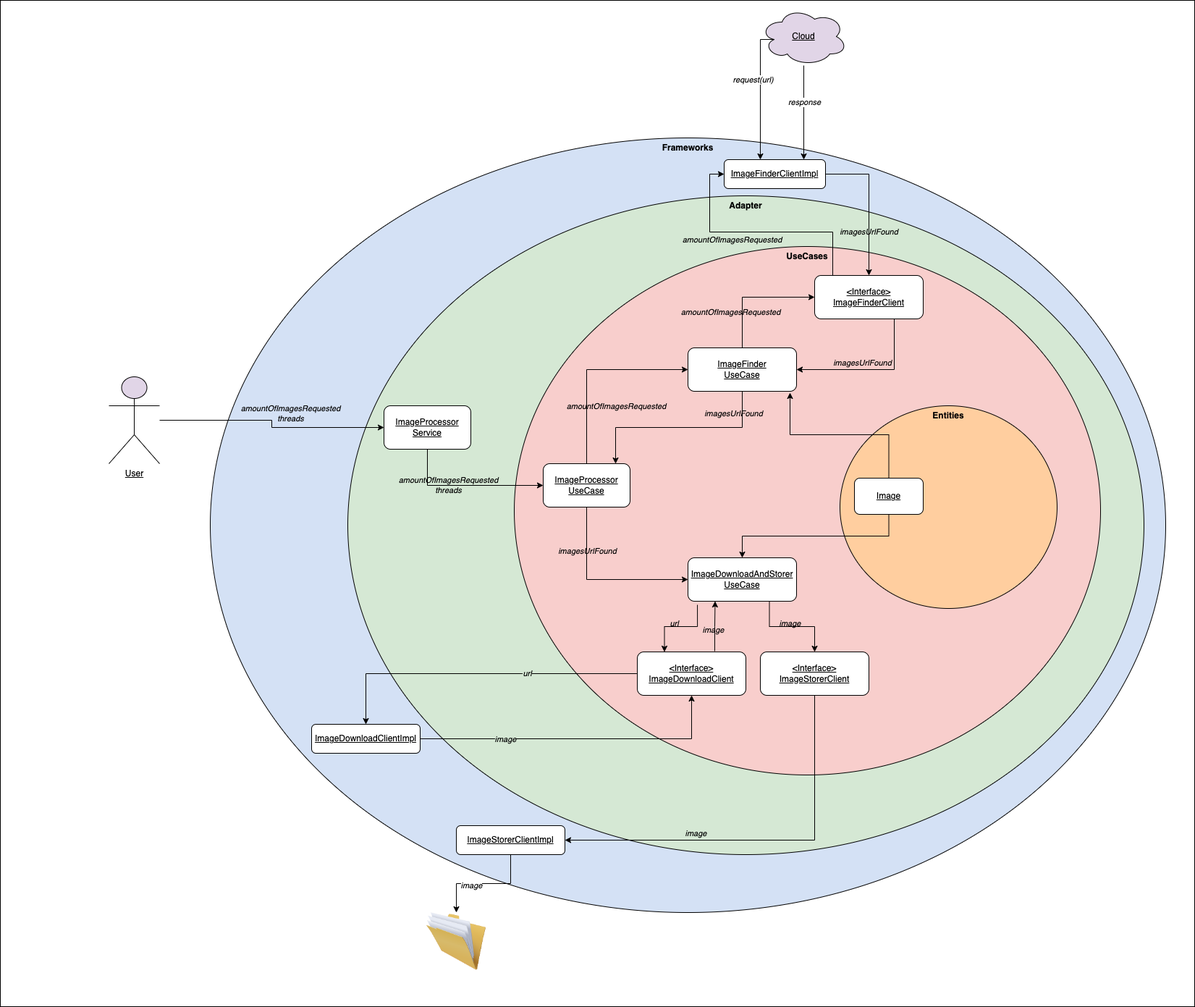
Above: static/Proper_Diagram.png in rodrinoblega/proper_images_processor (draw.io), before the change. Source tidied: cells renumbered, new cells last; positions are measured from the earlier drawing's top-left corner, leaving out a move shared by most shapes.
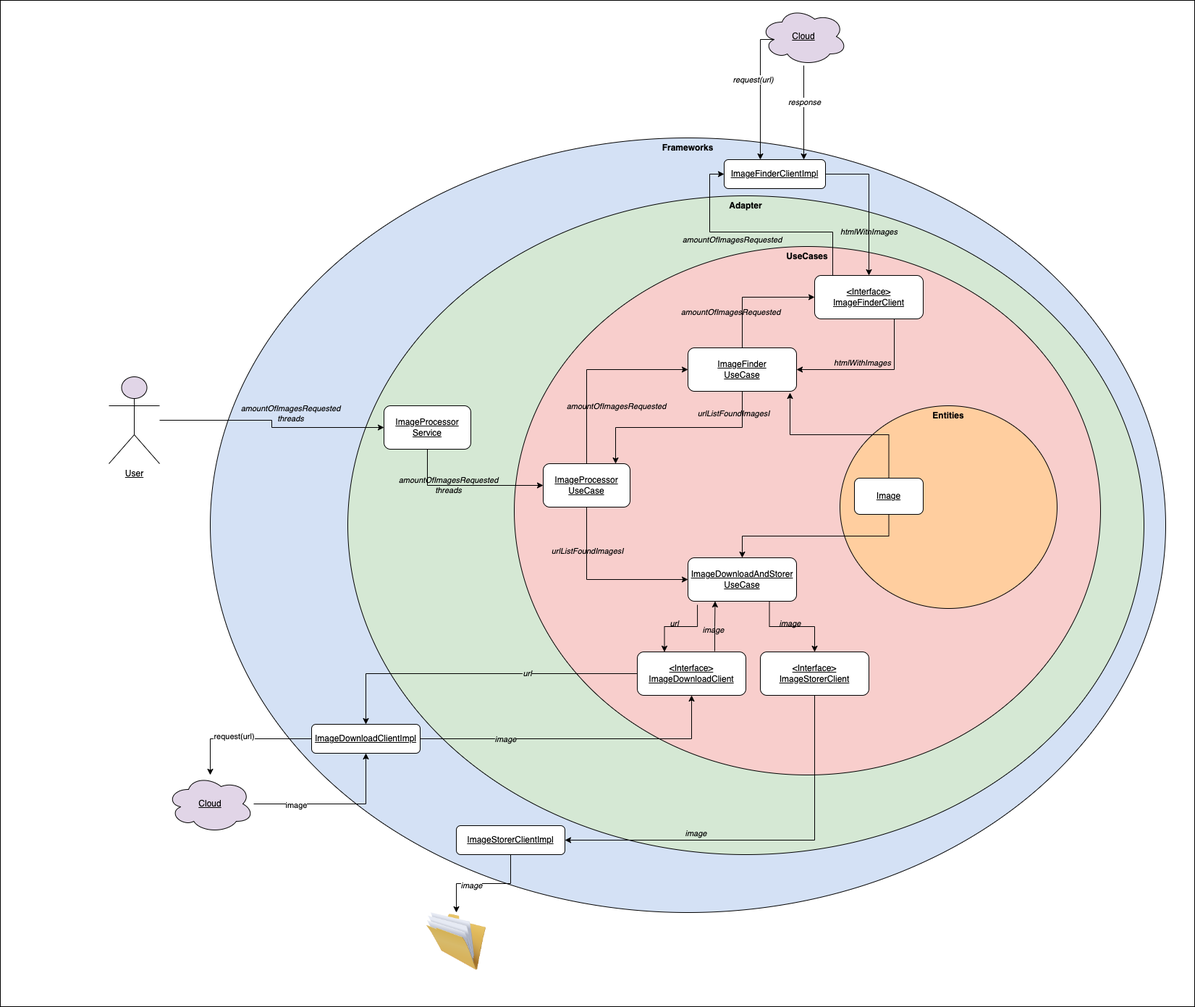
After the commit.

Change to the diagram source:
```diff
@@ -41,7 +41,7 @@
     <mxCell id="12" style="edgeStyle=orthogonalEdgeStyle;rounded=0;jettySize=auto;html=1;entryX=0;entryY=0.5;entryDx=0;entryDy=0;exitX=0.5;exitY=1;exitDx=0;exitDy=0;" parent="1" edge="1" source="14" target="19">
       <mxGeometry relative="1" as="geometry" />
     </mxCell>
-    <mxCell id="13" value="&lt;i&gt;imagesUrlFound&lt;/i&gt;" style="edgeLabel;html=1;align=center;verticalAlign=middle;labelBackgroundColor=none;" parent="12" vertex="1">
+    <mxCell id="13" value="&lt;i&gt;urlListFoundImagesI&lt;/i&gt;" style="edgeLabel;html=1;align=center;verticalAlign=middle;labelBackgroundColor=none;" parent="12" vertex="1">
       <mxGeometry x="-0.38" y="3" relative="1" as="geometry">
         <mxPoint x="-3" y="-15" as="offset" />
       </mxGeometry>
@@ -85,7 +85,7 @@
         </Array>
       </mxGeometry>
     </mxCell>
-    <mxCell id="23" value="&lt;i&gt;imagesUrlFound&lt;/i&gt;" style="edgeLabel;html=1;align=center;verticalAlign=middle;labelBackgroundColor=none;" parent="22" vertex="1">
+    <mxCell id="23" value="&lt;i&gt;urlListFoundImagesI&lt;/i&gt;" style="edgeLabel;html=1;align=center;verticalAlign=middle;labelBackgroundColor=none;" parent="22" vertex="1">
       <mxGeometry x="-0.3" y="-1" relative="1" as="geometry">
         <mxPoint x="34" y="-19" as="offset" />
       </mxGeometry>
@@ -132,7 +132,7 @@
         </Array>
       </mxGeometry>
     </mxCell>
-    <mxCell id="34" value="&lt;i&gt;imagesUrlFound&lt;/i&gt;" style="edgeLabel;html=1;align=center;verticalAlign=middle;labelBackgroundColor=none;" parent="33" vertex="1">
+    <mxCell id="34" value="&lt;i&gt;htmlWithImages&lt;/i&gt;" style="edgeLabel;html=1;align=center;verticalAlign=middle;labelBackgroundColor=none;" parent="33" vertex="1">
       <mxGeometry x="-0.1" y="1" relative="1" as="geometry">
         <mxPoint x="-22" y="-11" as="offset" />
       </mxGeometry>
@@ -173,6 +173,12 @@
     <mxCell id="42" value="&lt;span style=&quot;background-color: rgb(213, 232, 212);&quot;&gt;&lt;i&gt;image&lt;/i&gt;&lt;/span&gt;" style="edgeLabel;html=1;align=center;verticalAlign=middle;" parent="41" vertex="1">
       <mxGeometry x="-0.46" relative="1" as="geometry" />
     </mxCell>
+    <mxCell id="58" style="edgeStyle=orthogonalEdgeStyle;rounded=0;jettySize=auto;html=1;labelBackgroundColor=none;" parent="1" edge="1" source="43" target="62">
+      <mxGeometry relative="1" as="geometry" />
+    </mxCell>
+    <mxCell id="59" value="request(url)" style="edgeLabel;html=1;align=center;verticalAlign=middle;" parent="58" vertex="1">
+      <mxGeometry x="0.14" y="-4" relative="1" as="geometry" />
+    </mxCell>
     <mxCell id="43" value="&lt;u&gt;ImageDownloadClientImpl&lt;/u&gt;" style="rounded=1;whiteSpace=wrap;html=1;fillColor=#FFFFFF;" parent="1" vertex="1">
       <mxGeometry x="430" y="1000" width="150" height="40" as="geometry" />
     </mxCell>
@@ -190,7 +196,7 @@
     <mxCell id="47" style="image;html=1;image=img/lib/clip_art/general/Full_Folder_128x128.png;strokeColor=#000000;fillColor=#D4E1F5;" parent="1" vertex="1">
       <mxGeometry x="580" y="1260" width="100" height="80" as="geometry" />
     </mxCell>
-    <mxCell id="48" value="&lt;i&gt;imagesUrlFound&lt;/i&gt;" style="edgeStyle=orthogonalEdgeStyle;rounded=0;jettySize=auto;html=1;labelBackgroundColor=none;" parent="1" edge="1" source="49" target="37">
+    <mxCell id="48" value="&lt;i&gt;htmlWithImages&lt;br&gt;&lt;/i&gt;" style="edgeStyle=orthogonalEdgeStyle;rounded=0;jettySize=auto;html=1;labelBackgroundColor=none;" parent="1" edge="1" source="49" target="37">
       <mxGeometry x="0.4" relative="1" as="geometry">
         <Array as="points">
           <mxPoint x="1200" y="240" />
@@ -237,5 +243,14 @@
     <mxCell id="57" value="&lt;u&gt;User&lt;/u&gt;" style="shape=umlActor;verticalLabelPosition=bottom;verticalAlign=top;html=1;outlineConnect=0;strokeColor=#000000;fillColor=#E1D5E7;" parent="1" vertex="1">
       <mxGeometry x="150" y="520" width="70" height="120" as="geometry" />
     </mxCell>
+    <mxCell id="60" style="edgeStyle=orthogonalEdgeStyle;rounded=0;jettySize=auto;html=1;labelBackgroundColor=none;" parent="1" edge="1" source="62" target="43">
+      <mxGeometry relative="1" as="geometry" />
+    </mxCell>
+    <mxCell id="61" value="image" style="edgeLabel;html=1;align=center;verticalAlign=middle;" parent="60" vertex="1">
+      <mxGeometry x="-0.48" y="-1" relative="1" as="geometry" />
+    </mxCell>
+    <mxCell id="62" value="&lt;u&gt;Cloud&lt;/u&gt;" style="ellipse;shape=cloud;whiteSpace=wrap;html=1;strokeColor=#000000;fillColor=#E1D5E7;" parent="1" vertex="1">
+      <mxGeometry x="230" y="1070" width="120" height="80" as="geometry" />
+    </mxCell>
   </root>
 </mxGraphModel>
```
